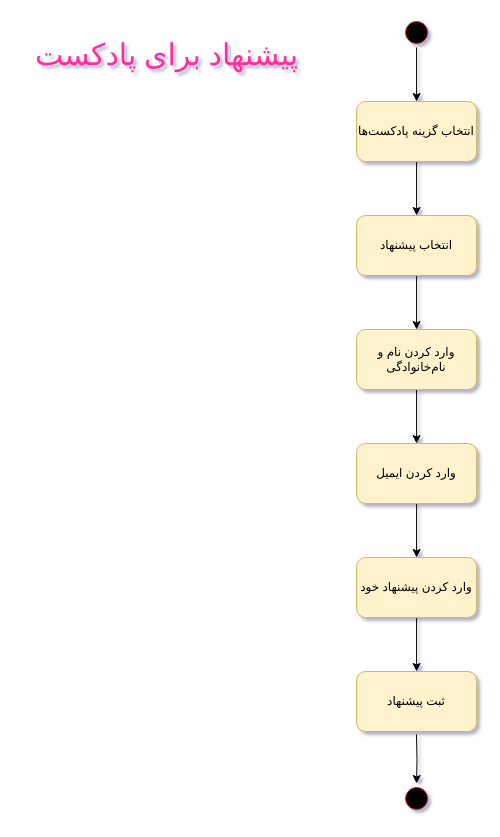
Above: page "پیشنهاد برای پادکست" (2 of 20) of Sequence Diagram/SequenceDiagram.drawio in Matinrezaei/Software-Lab (draw.io), before the change. Source tidied: cells renumbered, new cells numbered last; positions are measured from the earlier drawing's top-left corner, leaving out a move shared by most shapes. Both pictures are drawn from the tidied source at 100%, with x=0, y=0 at pixel (17, 17).
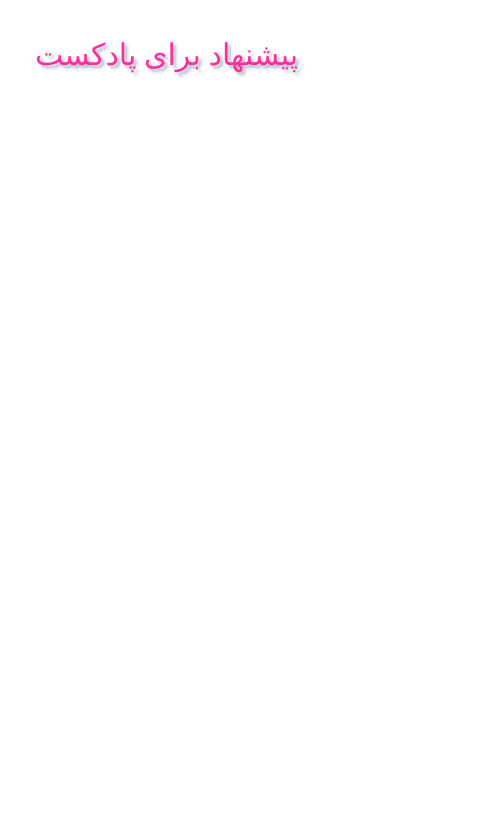
After the change.

What changed in the source:
```diff
@@
 <mxGraphModel shadow="1">
   <root>
     <mxCell id="0" />
     <mxCell id="1" parent="0" />
-    <mxCell id="2" style="edgeStyle=orthogonalEdgeStyle;rounded=0;jettySize=auto;html=1;entryX=0.5;entryY=0;entryDx=0;entryDy=0;" parent="1" edge="1" source="3" target="5">
-      <mxGeometry relative="1" as="geometry" />
-    </mxCell>
-    <mxCell id="3" style="ellipse;html=1;shape=startState;fillColor=#000000;strokeColor=#ff0000;" parent="1" vertex="1">
-      <mxGeometry x="384.1" width="30" height="30" as="geometry" />
-    </mxCell>
-    <mxCell id="4" style="edgeStyle=orthogonalEdgeStyle;rounded=0;jettySize=auto;html=1;entryX=0.5;entryY=0;entryDx=0;entryDy=0;" parent="1" edge="1" source="5" target="7">
-      <mxGeometry relative="1" as="geometry" />
-    </mxCell>
-    <mxCell id="5" value="انتخاب گزینه پادکست‌ها" style="rounded=1;whiteSpace=wrap;html=1;fillColor=#fff2cc;strokeColor=#d6b656;" parent="1" vertex="1">
-      <mxGeometry x="339.1" y="84" width="120" height="60" as="geometry" />
-    </mxCell>
-    <mxCell id="6" style="edgeStyle=orthogonalEdgeStyle;rounded=0;jettySize=auto;html=1;" parent="1" edge="1" source="7" target="9">
-      <mxGeometry relative="1" as="geometry" />
-    </mxCell>
-    <mxCell id="7" value="انتخاب پیشنهاد" style="rounded=1;whiteSpace=wrap;html=1;fillColor=#fff2cc;strokeColor=#d6b656;" parent="1" vertex="1">
-      <mxGeometry x="339.1" y="198" width="120" height="60" as="geometry" />
-    </mxCell>
-    <mxCell id="8" style="edgeStyle=orthogonalEdgeStyle;rounded=0;jettySize=auto;html=1;entryX=0.5;entryY=0;entryDx=0;entryDy=0;" parent="1" edge="1" source="9" target="11">
-      <mxGeometry relative="1" as="geometry" />
-    </mxCell>
-    <mxCell id="9" value="وارد کردن نام و نام‌خانوادگی" style="rounded=1;whiteSpace=wrap;html=1;fillColor=#fff2cc;strokeColor=#d6b656;" parent="1" vertex="1">
-      <mxGeometry x="339.1" y="312" width="120" height="60" as="geometry" />
-    </mxCell>
-    <mxCell id="10" style="edgeStyle=orthogonalEdgeStyle;rounded=0;jettySize=auto;html=1;entryX=0.5;entryY=0;entryDx=0;entryDy=0;" parent="1" edge="1" source="11" target="13">
-      <mxGeometry relative="1" as="geometry" />
-    </mxCell>
-    <mxCell id="11" value="وارد کردن ایمیل" style="rounded=1;whiteSpace=wrap;html=1;fillColor=#fff2cc;strokeColor=#d6b656;" parent="1" vertex="1">
-      <mxGeometry x="339.1" y="426" width="120" height="60" as="geometry" />
-    </mxCell>
-    <mxCell id="12" style="edgeStyle=orthogonalEdgeStyle;rounded=0;jettySize=auto;html=1;entryX=0.5;entryY=0;entryDx=0;entryDy=0;" parent="1" edge="1" source="13" target="14">
-      <mxGeometry relative="1" as="geometry" />
-    </mxCell>
-    <mxCell id="13" value="وارد کردن پیشنهاد خود" style="rounded=1;whiteSpace=wrap;html=1;fillColor=#fff2cc;strokeColor=#d6b656;" parent="1" vertex="1">
-      <mxGeometry x="339.1" y="540" width="120" height="60" as="geometry" />
-    </mxCell>
-    <mxCell id="14" value="ثبت پیشنهاد" style="rounded=1;whiteSpace=wrap;html=1;fillColor=#fff2cc;strokeColor=#d6b656;" parent="1" vertex="1">
-      <mxGeometry x="339.1" y="654" width="120" height="60" as="geometry" />
-    </mxCell>
-    <mxCell id="15" style="edgeStyle=orthogonalEdgeStyle;rounded=0;jettySize=auto;html=1;" parent="1" edge="1" target="16">
-      <mxGeometry relative="1" as="geometry">
-        <mxPoint x="399" y="717" as="sourcePoint" />
-      </mxGeometry>
-    </mxCell>
-    <mxCell id="16" style="ellipse;html=1;shape=startState;fillColor=#000000;strokeColor=#ff0000;" parent="1" vertex="1">
-      <mxGeometry x="384.1" y="766" width="30" height="30" as="geometry" />
-    </mxCell>
     <mxCell id="17" value="&lt;font style=&quot;font-size: 30px;&quot; color=&quot;#ff2e9d&quot; face=&quot;Tahoma&quot;&gt;پیشنهاد برای پادکست&lt;/font&gt;" style="text;html=1;align=center;verticalAlign=middle;strokeColor=none;fillColor=none;" parent="1" vertex="1">
       <mxGeometry y="12" width="297" height="48" as="geometry" />
     </mxCell>
   </root>
 </mxGraphModel>
```
